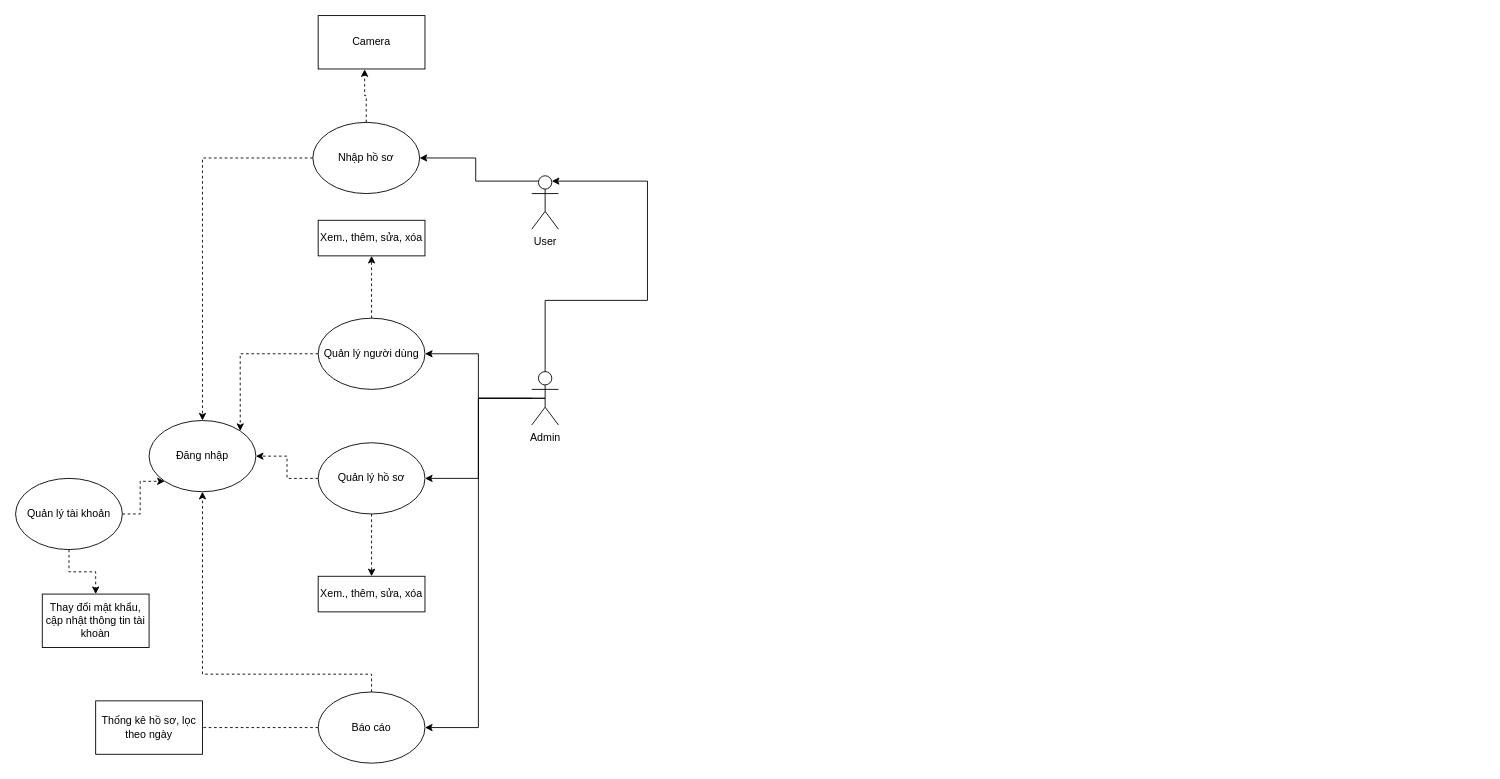
Earlier version of the draw.io diagram usecase.drawio (DuongThang0702/diagram). Source tidied: cells renumbered, new cells numbered last; positions are measured from the earlier drawing's top-left corner, leaving out a move shared by most shapes. Both pictures are drawn from the tidied source at 89%, with x=0, y=0 at pixel (15, 15).
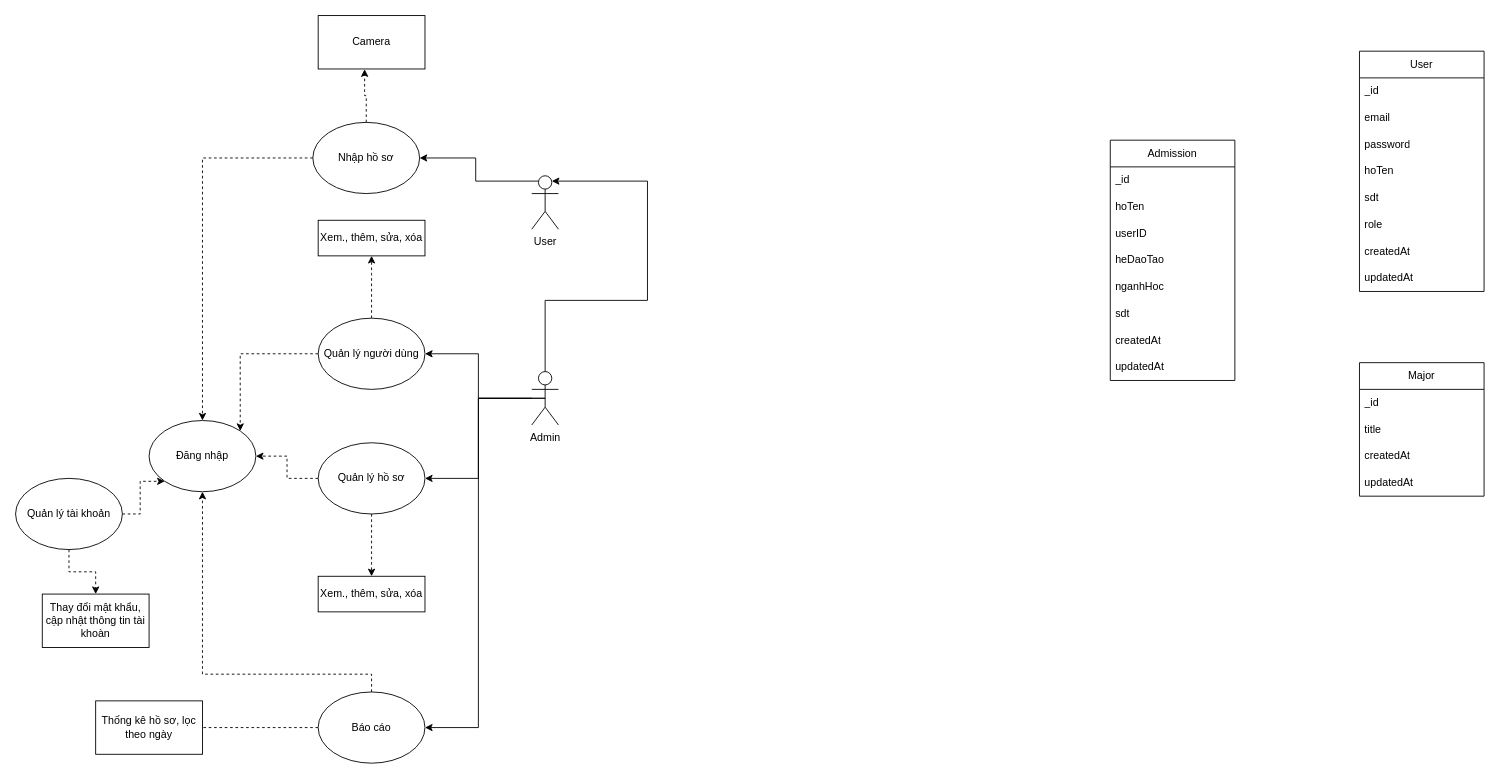
Above is the later version.

Diff of the diagram source:
```diff
@@
+    <mxCell id="30" value="Admission" style="swimlane;fontStyle=0;horizontal=1;startSize=30;whiteSpace=wrap;html=1;" parent="1" vertex="1">
+      <mxGeometry x="1230" y="140" width="140" height="270" as="geometry" />
+    </mxCell>
+    <mxCell id="31" value="_id" style="text;strokeColor=none;fillColor=none;align=left;verticalAlign=middle;spacingLeft=4;spacingRight=4;overflow=hidden;whiteSpace=wrap;html=1;" parent="30" vertex="1">
+      <mxGeometry y="30" width="140" height="30" as="geometry" />
+    </mxCell>
+    <mxCell id="32" value="hoTen" style="text;strokeColor=none;fillColor=none;align=left;verticalAlign=middle;spacingLeft=4;spacingRight=4;overflow=hidden;whiteSpace=wrap;html=1;" parent="30" vertex="1">
+      <mxGeometry y="60" width="140" height="30" as="geometry" />
+    </mxCell>
+    <mxCell id="33" value="userID" style="text;strokeColor=none;fillColor=none;align=left;verticalAlign=middle;spacingLeft=4;spacingRight=4;overflow=hidden;whiteSpace=wrap;html=1;" parent="30" vertex="1">
+      <mxGeometry y="90" width="140" height="30" as="geometry" />
+    </mxCell>
+    <mxCell id="34" value="heDaoTao" style="text;strokeColor=none;fillColor=none;align=left;verticalAlign=middle;spacingLeft=4;spacingRight=4;overflow=hidden;whiteSpace=wrap;html=1;" parent="30" vertex="1">
+      <mxGeometry y="120" width="140" height="30" as="geometry" />
+    </mxCell>
+    <mxCell id="35" value="nganhHoc" style="text;strokeColor=none;fillColor=none;align=left;verticalAlign=middle;spacingLeft=4;spacingRight=4;overflow=hidden;whiteSpace=wrap;html=1;" parent="30" vertex="1">
+      <mxGeometry y="150" width="140" height="30" as="geometry" />
+    </mxCell>
+    <mxCell id="36" value="sdt" style="text;strokeColor=none;fillColor=none;align=left;verticalAlign=middle;spacingLeft=4;spacingRight=4;overflow=hidden;whiteSpace=wrap;html=1;" parent="30" vertex="1">
+      <mxGeometry y="180" width="140" height="30" as="geometry" />
+    </mxCell>
+    <mxCell id="37" value="createdAt" style="text;strokeColor=none;fillColor=none;align=left;verticalAlign=middle;spacingLeft=4;spacingRight=4;overflow=hidden;whiteSpace=wrap;html=1;" parent="30" vertex="1">
+      <mxGeometry y="210" width="140" height="30" as="geometry" />
+    </mxCell>
+    <mxCell id="38" value="updatedAt" style="text;strokeColor=none;fillColor=none;align=left;verticalAlign=middle;spacingLeft=4;spacingRight=4;overflow=hidden;whiteSpace=wrap;html=1;" parent="30" vertex="1">
+      <mxGeometry y="240" width="140" height="30" as="geometry" />
+    </mxCell>
+    <mxCell id="39" value="User" style="swimlane;fontStyle=0;horizontal=1;startSize=30;whiteSpace=wrap;html=1;" parent="1" vertex="1">
+      <mxGeometry x="1510" y="40" width="140" height="270" as="geometry" />
+    </mxCell>
+    <mxCell id="40" value="_id" style="text;strokeColor=none;fillColor=none;align=left;verticalAlign=middle;spacingLeft=4;spacingRight=4;overflow=hidden;whiteSpace=wrap;html=1;" parent="39" vertex="1">
+      <mxGeometry y="30" width="140" height="30" as="geometry" />
+    </mxCell>
+    <mxCell id="41" value="email" style="text;strokeColor=none;fillColor=none;align=left;verticalAlign=middle;spacingLeft=4;spacingRight=4;overflow=hidden;whiteSpace=wrap;html=1;" parent="39" vertex="1">
+      <mxGeometry y="60" width="140" height="30" as="geometry" />
+    </mxCell>
+    <mxCell id="42" value="password" style="text;strokeColor=none;fillColor=none;align=left;verticalAlign=middle;spacingLeft=4;spacingRight=4;overflow=hidden;whiteSpace=wrap;html=1;" parent="39" vertex="1">
+      <mxGeometry y="90" width="140" height="30" as="geometry" />
+    </mxCell>
+    <mxCell id="43" value="hoTen" style="text;strokeColor=none;fillColor=none;align=left;verticalAlign=middle;spacingLeft=4;spacingRight=4;overflow=hidden;whiteSpace=wrap;html=1;" parent="39" vertex="1">
+      <mxGeometry y="120" width="140" height="30" as="geometry" />
+    </mxCell>
+    <mxCell id="44" value="sdt" style="text;strokeColor=none;fillColor=none;align=left;verticalAlign=middle;spacingLeft=4;spacingRight=4;overflow=hidden;whiteSpace=wrap;html=1;" parent="39" vertex="1">
+      <mxGeometry y="150" width="140" height="30" as="geometry" />
+    </mxCell>
+    <mxCell id="45" value="role" style="text;strokeColor=none;fillColor=none;align=left;verticalAlign=middle;spacingLeft=4;spacingRight=4;overflow=hidden;whiteSpace=wrap;html=1;" parent="39" vertex="1">
+      <mxGeometry y="180" width="140" height="30" as="geometry" />
+    </mxCell>
+    <mxCell id="46" value="createdAt" style="text;strokeColor=none;fillColor=none;align=left;verticalAlign=middle;spacingLeft=4;spacingRight=4;overflow=hidden;whiteSpace=wrap;html=1;" parent="39" vertex="1">
+      <mxGeometry y="210" width="140" height="30" as="geometry" />
+    </mxCell>
+    <mxCell id="47" value="updatedAt" style="text;strokeColor=none;fillColor=none;align=left;verticalAlign=middle;spacingLeft=4;spacingRight=4;overflow=hidden;whiteSpace=wrap;html=1;" parent="39" vertex="1">
+      <mxGeometry y="240" width="140" height="30" as="geometry" />
+    </mxCell>
+    <mxCell id="48" value="Major" style="swimlane;fontStyle=0;horizontal=1;startSize=30;whiteSpace=wrap;html=1;" parent="1" vertex="1">
+      <mxGeometry x="1510" y="390" width="140" height="150" as="geometry" />
+    </mxCell>
+    <mxCell id="49" value="_id" style="text;strokeColor=none;fillColor=none;align=left;verticalAlign=middle;spacingLeft=4;spacingRight=4;overflow=hidden;whiteSpace=wrap;html=1;" parent="48" vertex="1">
+      <mxGeometry y="30" width="140" height="30" as="geometry" />
+    </mxCell>
+    <mxCell id="50" value="title" style="text;strokeColor=none;fillColor=none;align=left;verticalAlign=middle;spacingLeft=4;spacingRight=4;overflow=hidden;whiteSpace=wrap;html=1;" parent="48" vertex="1">
+      <mxGeometry y="60" width="140" height="30" as="geometry" />
+    </mxCell>
+    <mxCell id="51" value="createdAt" style="text;strokeColor=none;fillColor=none;align=left;verticalAlign=middle;spacingLeft=4;spacingRight=4;overflow=hidden;whiteSpace=wrap;html=1;" parent="48" vertex="1">
+      <mxGeometry y="90" width="140" height="30" as="geometry" />
+    </mxCell>
+    <mxCell id="52" value="updatedAt" style="text;strokeColor=none;fillColor=none;align=left;verticalAlign=middle;spacingLeft=4;spacingRight=4;overflow=hidden;whiteSpace=wrap;html=1;" parent="48" vertex="1">
+      <mxGeometry y="120" width="140" height="30" as="geometry" />
+    </mxCell>
```
